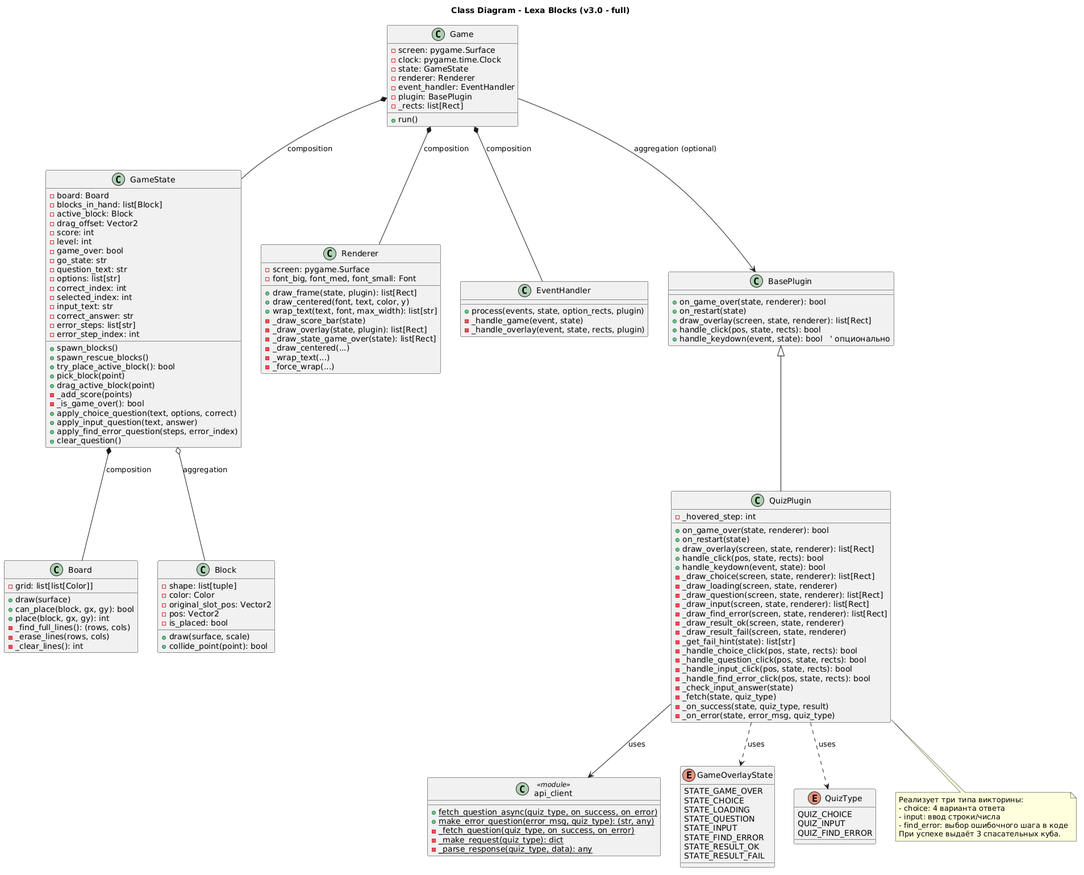
Above: generated/class-diagram.png in pashk3r/lexa-blocks (PlantUML), before the change.
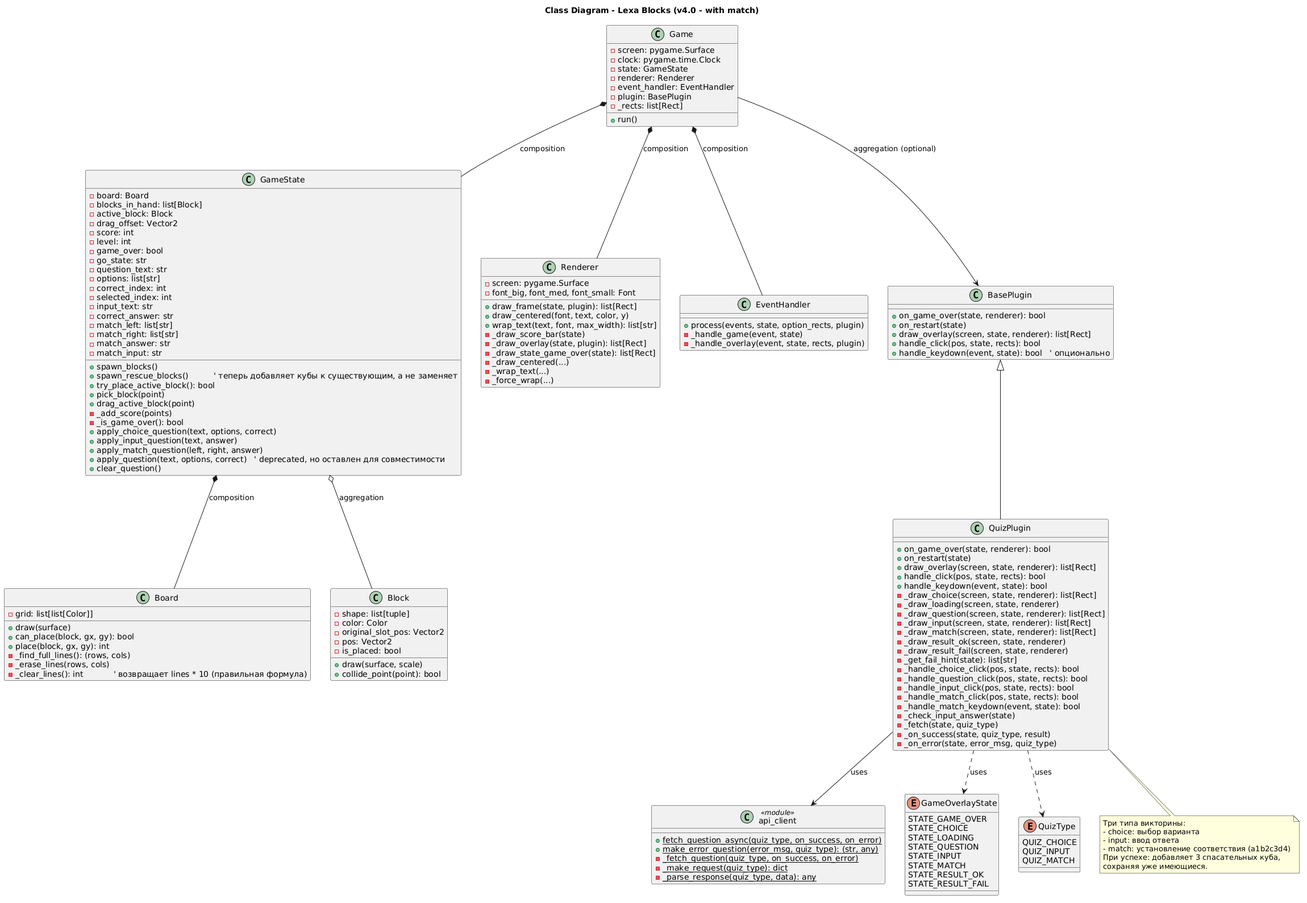
After the change.

The edit, as a diff of the source:
```diff
@@ -1,5 +1,5 @@
 @startuml
-title Class Diagram - Lexa Blocks (v3.0 - full)
+title Class Diagram - Lexa Blocks (v4.0 - with match)
 
 class Game {
     - screen: pygame.Surface
@@ -27,10 +27,12 @@
     - selected_index: int
     - input_text: str
     - correct_answer: str
-    - error_steps: list[str]
-    - error_step_index: int
+    - match_left: list[str]
+    - match_right: list[str]
+    - match_answer: str
+    - match_input: str
     + spawn_blocks()
-    + spawn_rescue_blocks()
+    + spawn_rescue_blocks()          ' теперь добавляет кубы к существующим, а не заменяет
     + try_place_active_block(): bool
     + pick_block(point)
     + drag_active_block(point)
@@ -38,7 +40,8 @@
     - _is_game_over(): bool
     + apply_choice_question(text, options, correct)
     + apply_input_question(text, answer)
-    + apply_find_error_question(steps, error_index)
+    + apply_match_question(left, right, answer)
+    + apply_question(text, options, correct)   ' deprecated, но оставлен для совместимости
     + clear_question()
 }
 
@@ -49,7 +52,7 @@
     + place(block, gx, gy): int
     - _find_full_lines(): (rows, cols)
     - _erase_lines(rows, cols)
-    - _clear_lines(): int
+    - _clear_lines(): int            ' возвращает lines * 10 (правильная формула)
 }
 
 class Block {
@@ -96,19 +99,19 @@
     + draw_overlay(screen, state, renderer): list[Rect]
     + handle_click(pos, state, rects): bool
     + handle_keydown(event, state): bool
-    - _hovered_step: int
     - _draw_choice(screen, state, renderer): list[Rect]
     - _draw_loading(screen, state, renderer)
     - _draw_question(screen, state, renderer): list[Rect]
     - _draw_input(screen, state, renderer): list[Rect]
-    - _draw_find_error(screen, state, renderer): list[Rect]
+    - _draw_match(screen, state, renderer): list[Rect]
     - _draw_result_ok(screen, state, renderer)
     - _draw_result_fail(screen, state, renderer)
     - _get_fail_hint(state): list[str]
     - _handle_choice_click(pos, state, rects): bool
     - _handle_question_click(pos, state, rects): bool
     - _handle_input_click(pos, state, rects): bool
-    - _handle_find_error_click(pos, state, rects): bool
+    - _handle_match_click(pos, state, rects): bool
+    - _handle_match_keydown(event, state): bool
     - _check_input_answer(state)
     - _fetch(state, quiz_type)
     - _on_success(state, quiz_type, result)
@@ -129,7 +132,7 @@
     STATE_LOADING
     STATE_QUESTION
     STATE_INPUT
-    STATE_FIND_ERROR
+    STATE_MATCH
     STATE_RESULT_OK
     STATE_RESULT_FAIL
 }
@@ -137,7 +140,7 @@
 enum QuizType {
     QUIZ_CHOICE
     QUIZ_INPUT
-    QUIZ_FIND_ERROR
+    QUIZ_MATCH
 }
 
 Game *-- GameState : composition
@@ -151,10 +154,11 @@
 QuizPlugin ..> QuizType : uses
 
 note bottom of QuizPlugin
-    Реализует три типа викторины:
-    - choice: 4 варианта ответа
-    - input: ввод строки/числа
-    - find_error: выбор ошибочного шага в коде
-    При успехе выдаёт 3 спасательных куба.
+    Три типа викторины:
+    - choice: выбор варианта
+    - input: ввод ответа
+    - match: установление соответствия (a1b2c3d4)
+    При успехе: добавляет 3 спасательных куба,
+    сохраняя уже имеющиеся.
 end note
 @enduml
```
